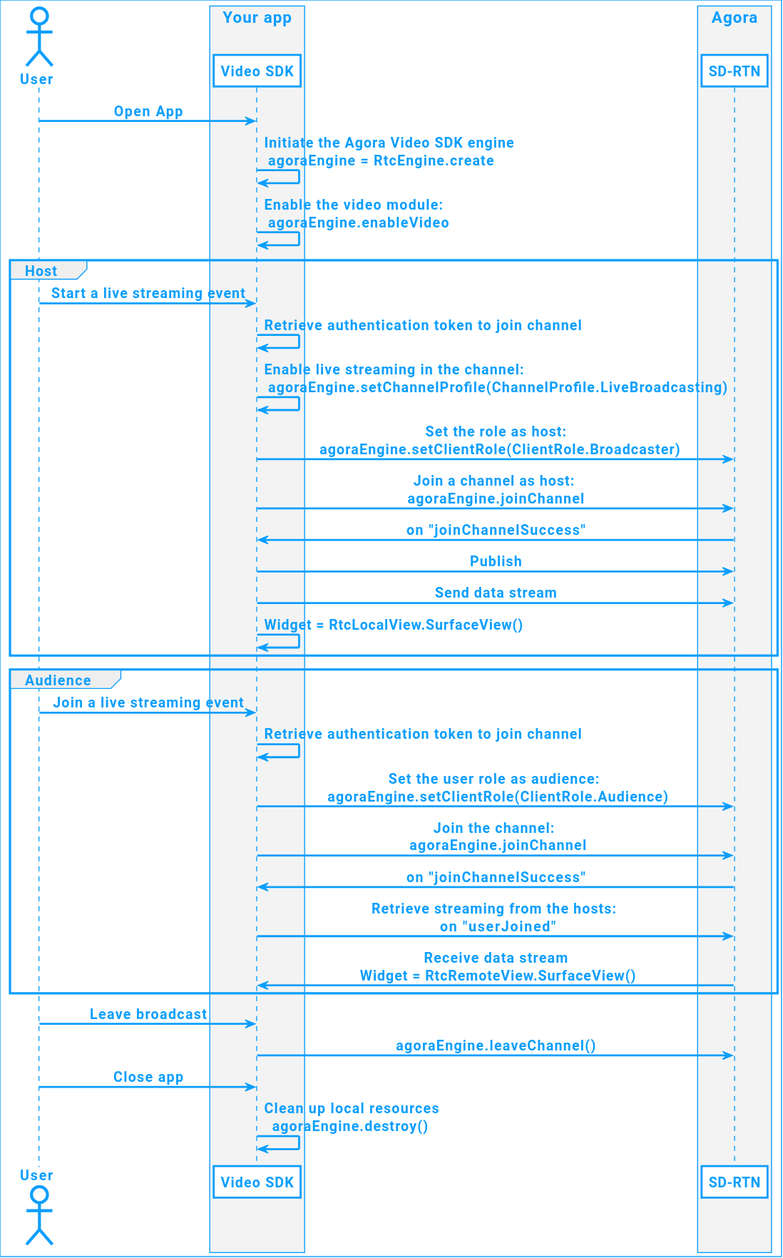
AgoraIO/Docs-Source keeps this PlantUML diagram as assets/images/video-sdk/ils-call-logic-flutter.svg. Above is the earlier version.
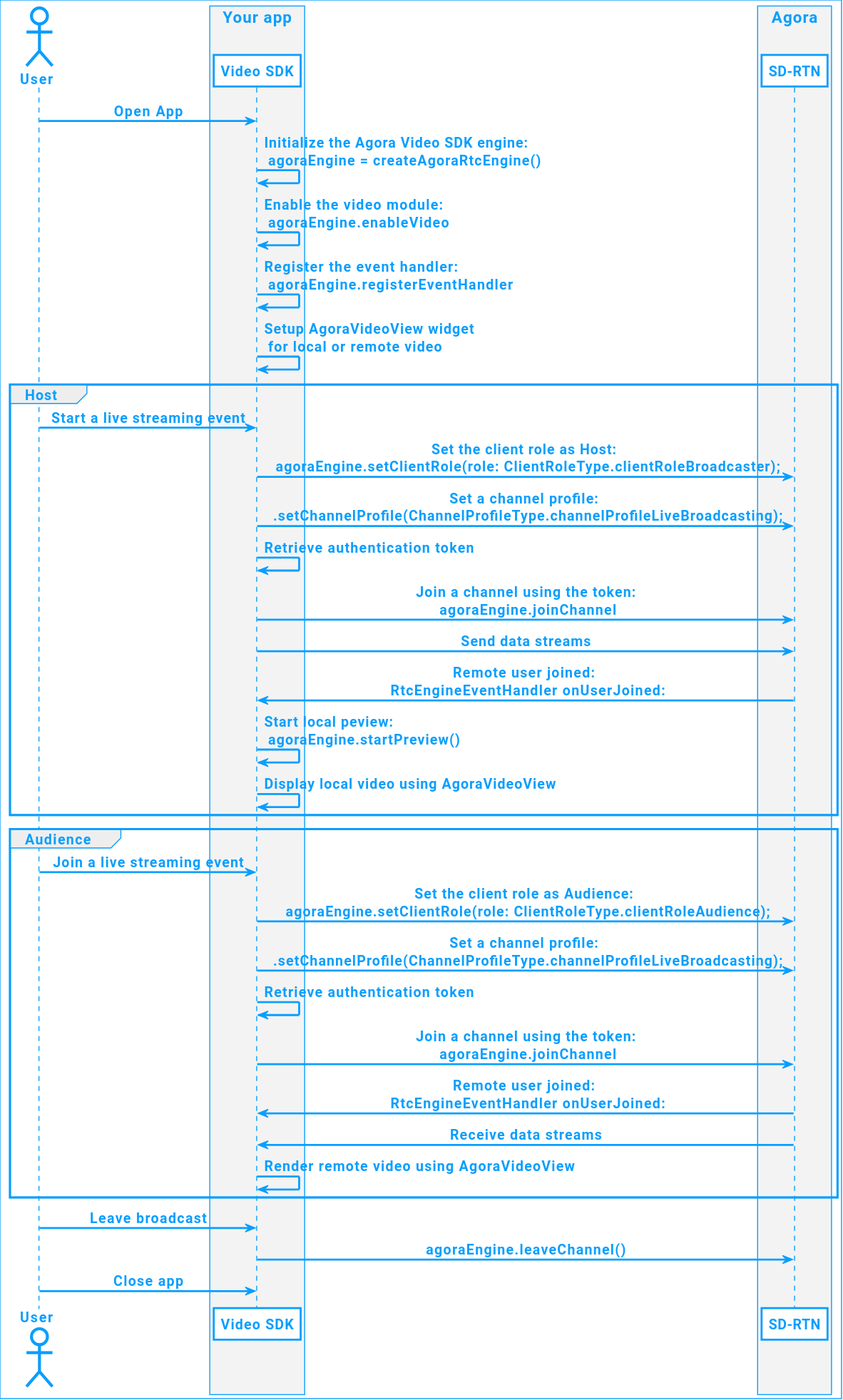
The same diagram one commit later.

What changed in the source:
```diff
@@ -12,38 +12,37 @@
 end box
 
 USR -> APP: Open App
-APP -> APP: Initiate the Agora Video SDK engine\n agoraEngine = RtcEngine.create
+APP -> APP: Initialize the Agora Video SDK engine: \n agoraEngine = createAgoraRtcEngine()
 APP -> APP: Enable the video module:\n agoraEngine.enableVideo
+APP -> APP: Register the event handler: \n agoraEngine.registerEventHandler
+APP -> APP: Setup AgoraVideoView widget \n for local or remote video
 
 group Host
-
 USR -> APP: Start a live streaming event
-APP -> APP: Retrieve authentication token to join channel
-APP -> APP: Enable live streaming in the channel:\n agoraEngine.setChannelProfile(ChannelProfile.LiveBroadcasting)
-APP -> API: Set the role as host:\n  agoraEngine.setClientRole(ClientRole.Broadcaster)
-APP -> API: Join a channel as host: \nagoraEngine.joinChannel
-API -> APP: on "joinChannelSuccess"
-
-APP -> API: Publish
-APP -> API: Send data stream
-APP -> APP: Widget = RtcLocalView.SurfaceView()
+APP -> API: Set the client role as Host: \n agoraEngine.setClientRole(role: ClientRoleType.clientRoleBroadcaster);
+APP -> API: Set a channel profile: \n .setChannelProfile(ChannelProfileType.channelProfileLiveBroadcasting);
+APP -> APP: Retrieve authentication token
+APP -> API: Join a channel using the token:\n agoraEngine.joinChannel
+APP -> API: Send data streams
+APP <- API: Remote user joined: \n RtcEngineEventHandler onUserJoined:
+APP -> APP: Start local peview: \n agoraEngine.startPreview()
+APP -> APP: Display local video using AgoraVideoView
 end
 
 group Audience
 USR -> APP: Join a live streaming event
-APP -> APP: Retrieve authentication token to join channel
-APP -> API: Set the user role as audience: \n agoraEngine.setClientRole(ClientRole.Audience)
-APP -> API: Join the channel: \n agoraEngine.joinChannel
-API -> APP: on "joinChannelSuccess"
-
-APP -> API: Retrieve streaming from the hosts: \n on "userJoined"
-API -> APP: Receive data stream\n Widget = RtcRemoteView.SurfaceView()
+APP -> API: Set the client role as Audience: \n agoraEngine.setClientRole(role: ClientRoleType.clientRoleAudience);
+APP -> API: Set a channel profile: \n .setChannelProfile(ChannelProfileType.channelProfileLiveBroadcasting);
+APP -> APP: Retrieve authentication token
+APP -> API: Join a channel using the token:\n agoraEngine.joinChannel
+APP <- API: Remote user joined: \n RtcEngineEventHandler onUserJoined:
+APP <- API: Receive data streams
+APP -> APP: Render remote video using AgoraVideoView
 end
 
 USR -> APP: Leave broadcast
 APP -> API: agoraEngine.leaveChannel()
 
 USR -> APP: Close app
-APP -> APP: Clean up local resources\n  agoraEngine.destroy()
 
 @enduml
```
